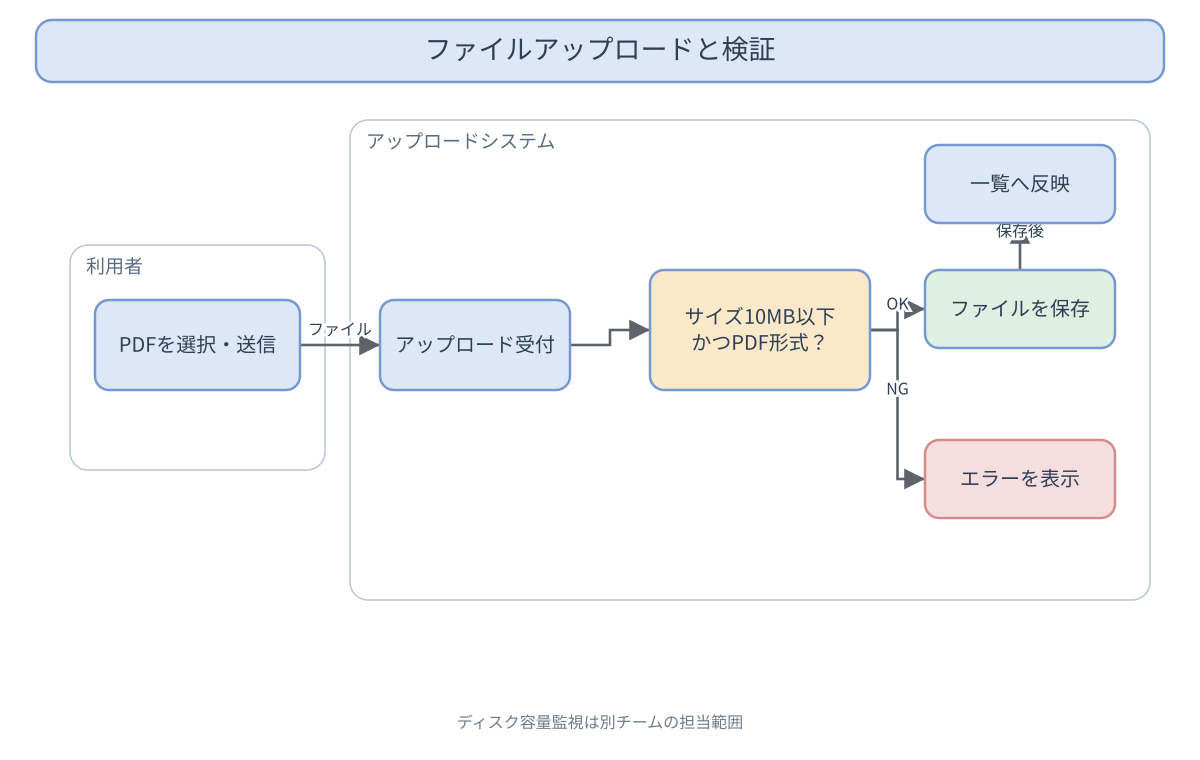
The draw.io diagram docs/zukai-drill/data/diagrams/easy-upload-validation_good-diagram.drawio.png in kaku3/workbooks, before a commit. Source tidied: cells renumbered, new cells last; positions are measured from the earlier drawing's top-left corner, leaving out a move shared by most shapes.
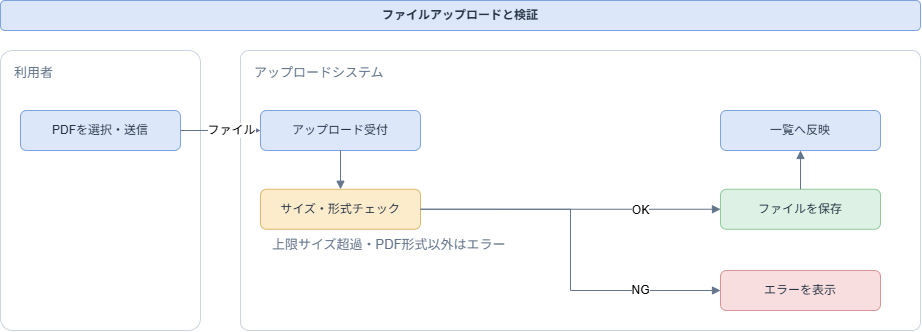
The same file after the commit.

The edit, as a diff of the source:
```diff
@@ -2,47 +2,50 @@
   <root>
     <mxCell id="0" />
     <mxCell id="1" parent="0" />
-    <mxCell id="2" value="ファイルアップロードと検証" style="rounded=1;whiteSpace=wrap;html=1;fillColor=#DCE8F8;strokeColor=#7798CF;fontColor=#2F4055;fontSize=24;" parent="1" vertex="1">
-      <mxGeometry width="1128" height="62" as="geometry" />
+    <mxCell id="2" value="ファイルアップロードと検証" style="rounded=1;whiteSpace=wrap;html=1;fillColor=#DCE8FA;strokeColor=#7EA3DE;fontColor=#263445;fontSize=12;fontStyle=1;" parent="1" vertex="1">
+      <mxGeometry x="4" y="30" width="920" height="30" as="geometry" />
     </mxCell>
-    <mxCell id="3" value="利用者" style="rounded=1;whiteSpace=wrap;html=1;fillColor=none;strokeColor=#B8C5D8;fontColor=#596C85;fontSize=18;verticalAlign=top;align=left;spacingTop=8;spacingLeft=10;" parent="1" vertex="1">
-      <mxGeometry x="34" y="225" width="255" height="225" as="geometry" />
+    <mxCell id="3" value="利用者" style="rounded=1;whiteSpace=wrap;html=1;fillColor=#FFFFFF;fillOpacity=70;strokeColor=#CBD5E1;fontColor=#64748B;fontSize=13;verticalAlign=top;align=left;spacingLeft=12;spacingTop=8;arcSize=6;" parent="1" vertex="1">
+      <mxGeometry x="4" y="80" width="200" height="280" as="geometry" />
     </mxCell>
-    <mxCell id="4" value="アップロードシステム" style="rounded=1;whiteSpace=wrap;html=1;fillColor=none;strokeColor=#B8C5D8;fontColor=#596C85;fontSize=18;verticalAlign=top;align=left;spacingTop=8;spacingLeft=10;" parent="1" vertex="1">
-      <mxGeometry x="314" y="100" width="800" height="480" as="geometry" />
+    <mxCell id="4" value="アップロードシステム" style="rounded=1;whiteSpace=wrap;html=1;fillColor=#FFFFFF;fillOpacity=70;strokeColor=#CBD5E1;fontColor=#64748B;fontSize=13;verticalAlign=top;align=left;spacingLeft=12;spacingTop=8;arcSize=3;" parent="1" vertex="1">
+      <mxGeometry x="244" y="80" width="680" height="280" as="geometry" />
     </mxCell>
-    <mxCell id="5" value="ファイル" style="edgeStyle=orthogonalEdgeStyle;rounded=0;jettySize=auto;html=1;endArrow=block;endFill=1;strokeColor=#5D626B;fontColor=#2F4055;fontSize=15;" parent="1" edge="1" source="10" target="11">
-      <mxGeometry relative="1" as="geometry" />
-    </mxCell>
-    <mxCell id="6" style="edgeStyle=orthogonalEdgeStyle;rounded=0;jettySize=auto;html=1;endArrow=block;endFill=1;strokeColor=#5D626B;fontColor=#2F4055;fontSize=15;" parent="1" edge="1" source="11" target="12">
-      <mxGeometry relative="1" as="geometry" />
-    </mxCell>
-    <mxCell id="7" value="OK" style="edgeStyle=orthogonalEdgeStyle;rounded=0;jettySize=auto;html=1;endArrow=block;endFill=1;strokeColor=#5D626B;fontColor=#2F4055;fontSize=15;" parent="1" edge="1" source="12" target="14">
-      <mxGeometry relative="1" as="geometry" />
-    </mxCell>
-    <mxCell id="8" value="NG" style="edgeStyle=orthogonalEdgeStyle;rounded=0;jettySize=auto;html=1;endArrow=block;endFill=1;strokeColor=#5D626B;fontColor=#2F4055;fontSize=15;" parent="1" edge="1" source="12" target="13">
-      <mxGeometry relative="1" as="geometry" />
-    </mxCell>
-    <mxCell id="9" value="保存後" style="edgeStyle=orthogonalEdgeStyle;rounded=0;jettySize=auto;html=1;endArrow=block;endFill=1;strokeColor=#5D626B;fontColor=#2F4055;fontSize=15;" parent="1" edge="1" source="14" target="15">
-      <mxGeometry relative="1" as="geometry" />
-    </mxCell>
-    <mxCell id="10" value="PDFを選択・送信" style="rounded=1;whiteSpace=wrap;html=1;fillColor=#DCE8F8;strokeColor=#7798CF;fontColor=#2F4055;fontSize=20;" parent="1" vertex="1">
-      <mxGeometry x="59" y="280" width="205" height="90" as="geometry" />
+    <mxCell id="10" value="PDFを選択・送信" style="rounded=1;whiteSpace=wrap;html=1;fillColor=#DCE8FA;strokeColor=#7EA3DE;fontColor=#263445;fontSize=12;" parent="1" vertex="1">
+      <mxGeometry x="24" y="140" width="160" height="40" as="geometry" />
     </mxCell>
-    <mxCell id="11" value="アップロード受付" style="rounded=1;whiteSpace=wrap;html=1;fillColor=#DCE8F8;strokeColor=#7798CF;fontColor=#2F4055;fontSize=20;" parent="1" vertex="1">
-      <mxGeometry x="344" y="280" width="190" height="90" as="geometry" />
+    <mxCell id="11" value="アップロード受付" style="rounded=1;whiteSpace=wrap;html=1;fillColor=#DCE8FA;strokeColor=#7EA3DE;fontColor=#263445;fontSize=12;" parent="1" vertex="1">
+      <mxGeometry x="264" y="140" width="160" height="40" as="geometry" />
     </mxCell>
-    <mxCell id="12" value="サイズ10MB以下&lt;br&gt;かつPDF形式？" style="rounded=1;whiteSpace=wrap;html=1;fillColor=#FBE9C9;strokeColor=#7798CF;fontColor=#2F4055;fontSize=20;" parent="1" vertex="1">
-      <mxGeometry x="614" y="250" width="220" height="120" as="geometry" />
-    </mxCell>
-    <mxCell id="13" value="エラーを表示" style="rounded=1;whiteSpace=wrap;html=1;fillColor=#F6DEDE;strokeColor=#D48B8B;fontColor=#2F4055;fontSize=20;" parent="1" vertex="1">
-      <mxGeometry x="889" y="420" width="190" height="78" as="geometry" />
-    </mxCell>
+    <mxCell id="16" value="サイズ・形式チェック" style="rounded=1;whiteSpace=wrap;html=1;fillColor=#FCECCB;strokeColor=#D8B96D;fontColor=#263445;fontSize=12;" parent="1" vertex="1">
+      <mxGeometry x="264" y="218.8" width="160" height="40" as="geometry" />
+    </mxCell>
-    <mxCell id="14" value="ファイルを保存" style="rounded=1;whiteSpace=wrap;html=1;fillColor=#DDF0E2;strokeColor=#7798CF;fontColor=#2F4055;fontSize=20;" parent="1" vertex="1">
-      <mxGeometry x="889" y="250" width="190" height="78" as="geometry" />
+    <mxCell id="14" value="ファイルを保存" style="rounded=1;whiteSpace=wrap;html=1;fillColor=#DDF2E4;strokeColor=#91C99C;fontColor=#263445;fontSize=12;" parent="1" vertex="1">
+      <mxGeometry x="724" y="218.8" width="160" height="40" as="geometry" />
     </mxCell>
-    <mxCell id="15" value="一覧へ反映" style="rounded=1;whiteSpace=wrap;html=1;fillColor=#DCE8F8;strokeColor=#7798CF;fontColor=#2F4055;fontSize=20;" parent="1" vertex="1">
-      <mxGeometry x="889" y="125" width="190" height="78" as="geometry" />
+    <mxCell id="15" value="一覧へ反映" style="rounded=1;whiteSpace=wrap;html=1;fillColor=#DCE8FA;strokeColor=#7EA3DE;fontColor=#263445;fontSize=12;" parent="1" vertex="1">
+      <mxGeometry x="724" y="140" width="160" height="40" as="geometry" />
     </mxCell>
+    <mxCell id="13" value="エラーを表示" style="rounded=1;whiteSpace=wrap;html=1;fillColor=#F8DEDE;strokeColor=#D99595;fontColor=#263445;fontSize=12;" parent="1" vertex="1">
+      <mxGeometry x="724" y="300" width="160" height="40" as="geometry" />
+    </mxCell>
+    <mxCell id="5" value="ファイル" style="edgeStyle=orthogonalEdgeStyle;rounded=0;jettySize=auto;html=1;endArrow=block;endFill=1;strokeColor=#64748B;fontSize=12;exitX=1;exitY=0.5;exitDx=0;exitDy=0;" parent="1" edge="1" source="10" target="11">
+      <mxGeometry x="0.29" relative="1" as="geometry" />
+    </mxCell>
+    <mxCell id="9" style="edgeStyle=orthogonalEdgeStyle;rounded=0;jettySize=auto;html=1;endArrow=block;endFill=1;strokeColor=#64748B;fontSize=12;entryX=0.5;entryY=1;entryDx=0;entryDy=0;exitX=0.5;exitY=0;exitDx=0;exitDy=0;" parent="1" edge="1" source="14" target="15">
+      <mxGeometry x="-0.88" relative="1" as="geometry" />
+    </mxCell>
+    <mxCell id="7" value="OK" style="edgeStyle=orthogonalEdgeStyle;rounded=0;jettySize=auto;html=1;endArrow=block;endFill=1;strokeColor=#64748B;fontSize=12;exitX=1;exitY=0.5;exitDx=0;exitDy=0;entryX=0;entryY=0.5;entryDx=0;entryDy=0;" parent="1" edge="1" source="16" target="14">
+      <mxGeometry x="0.47" y="-1" relative="1" as="geometry" />
+    </mxCell>
+    <mxCell id="17" style="edgeStyle=orthogonalEdgeStyle;rounded=0;jettySize=auto;html=1;endArrow=block;endFill=1;strokeColor=#64748B;fontSize=12;entryX=0.5;entryY=0;entryDx=0;entryDy=0;" parent="1" edge="1" source="11" target="16">
+      <mxGeometry relative="1" as="geometry" />
+    </mxCell>
+    <mxCell id="8" value="NG" style="edgeStyle=orthogonalEdgeStyle;rounded=0;jettySize=auto;html=1;endArrow=block;endFill=1;strokeColor=#64748B;fontSize=12;entryX=0;entryY=0.5;entryDx=0;entryDy=0;exitX=1;exitY=0.5;exitDx=0;exitDy=0;" parent="1" edge="1" source="16" target="13">
+      <mxGeometry x="0.58" relative="1" as="geometry" />
+    </mxCell>
+    <mxCell id="18" value="上限サイズ超過・PDF形式以外はエラー" style="text;html=1;strokeColor=none;fillColor=none;align=left;verticalAlign=middle;whiteSpace=wrap;html=1;fontColor=#64748B;fontSize=13;" parent="1" vertex="1">
+      <mxGeometry x="274" y="258.8" width="250" height="30" as="geometry" />
+    </mxCell>
   </root>
 </mxGraphModel>
```
